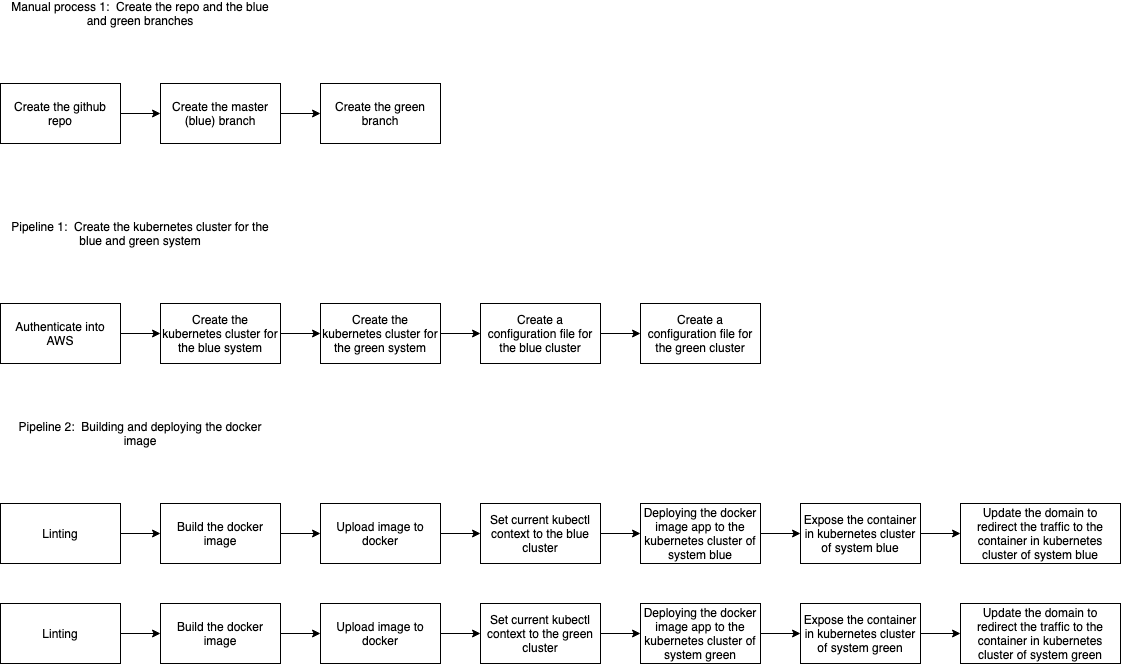
Before: Pipeline diagram.png, a diagram exported from draw.io (vijeshputtaswamy/Capstone-cloud). Source tidied: cells renumbered, new cells last; positions are measured from the earlier drawing's top-left corner, leaving out a move shared by most shapes.
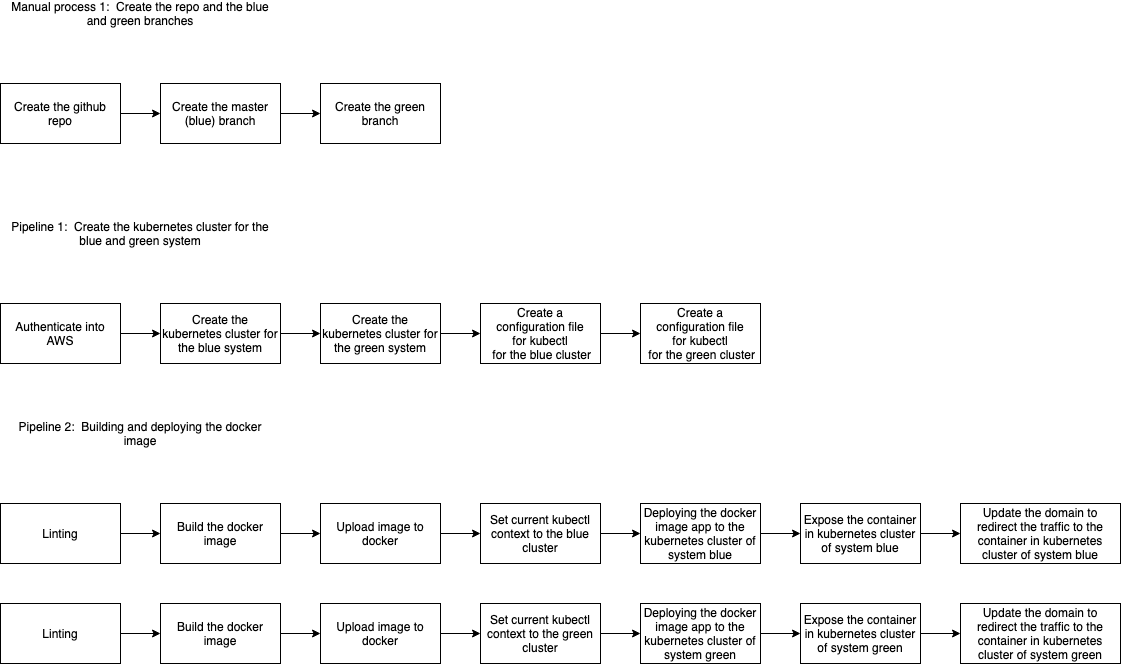
The same diagram one commit later.

Diff of the diagram source:
```diff
@@ -113,10 +113,10 @@
     <mxCell id="38" style="edgeStyle=orthogonalEdgeStyle;rounded=0;jettySize=auto;html=1;exitX=1;exitY=0.5;exitDx=0;exitDy=0;" parent="1" edge="1" source="39" target="40">
       <mxGeometry relative="1" as="geometry" />
     </mxCell>
-    <mxCell id="39" value="&lt;span style=&quot;white-space: normal&quot;&gt;Create a configuration file for the blue cluster&lt;/span&gt;" style="rounded=0;whiteSpace=wrap;html=1;" parent="1" vertex="1">
+    <mxCell id="39" value="&lt;span style=&quot;white-space: normal&quot;&gt;Create a configuration file for&amp;nbsp;&lt;/span&gt;kubectl&lt;span style=&quot;white-space: normal&quot;&gt;&lt;br&gt;&amp;nbsp;for the blue cluster&lt;/span&gt;" style="rounded=0;whiteSpace=wrap;html=1;" parent="1" vertex="1">
       <mxGeometry x="480" y="300" width="120" height="60" as="geometry" />
     </mxCell>
-    <mxCell id="40" value="&lt;span style=&quot;white-space: normal&quot;&gt;Create a configuration file for the green cluster&lt;/span&gt;" style="rounded=0;whiteSpace=wrap;html=1;" parent="1" vertex="1">
+    <mxCell id="40" value="&lt;span style=&quot;white-space: normal&quot;&gt;Create a configuration file for&amp;nbsp;&lt;/span&gt;kubectl&lt;span style=&quot;white-space: normal&quot;&gt;&lt;br&gt;&amp;nbsp;for the green cluster&lt;/span&gt;" style="rounded=0;whiteSpace=wrap;html=1;" parent="1" vertex="1">
       <mxGeometry x="640" y="300" width="120" height="60" as="geometry" />
     </mxCell>
     <mxCell id="41" style="edgeStyle=orthogonalEdgeStyle;rounded=0;jettySize=auto;html=1;exitX=1;exitY=0.5;exitDx=0;exitDy=0;entryX=0;entryY=0.5;entryDx=0;entryDy=0;" parent="1" edge="1" source="42" target="11">
```
